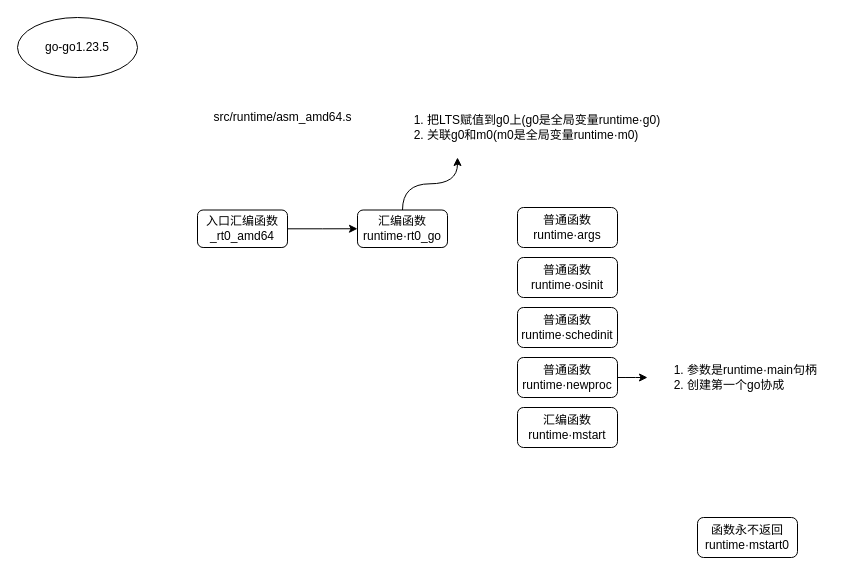
Above: book/src/MGP.drawio in fire1220/annotation-go1.23.5 (draw.io), before the change. Source tidied: cells renumbered, new cells numbered last; positions are measured from the earlier drawing's top-left corner, leaving out a move shared by most shapes. Both pictures are drawn from the tidied source at 100%, with x=0, y=0 at pixel (17, 17).
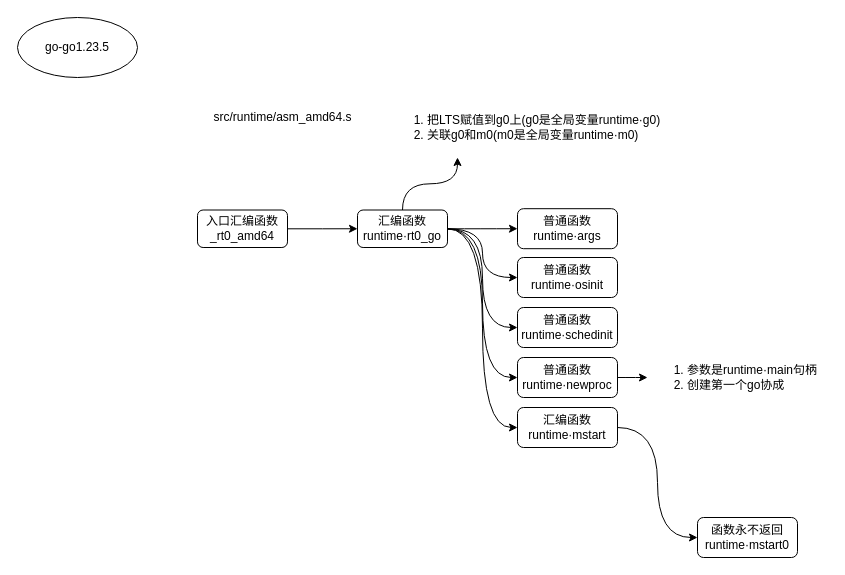
The same page after the edit.

The change refers to these unchanged cells:
```xml
<mxCell id="7" value="汇编函数&lt;br&gt;runtime·rt0_go" style="rounded=1;whiteSpace=wrap;html=1;" parent="1" vertex="1">
  <mxGeometry x="340" y="192.5" width="90" height="37.5" as="geometry" />
</mxCell>
<mxCell id="10" value="普通函数&lt;br&gt;runtime·osinit" style="rounded=1;whiteSpace=wrap;html=1;labelBackgroundColor=none;align=center;" parent="1" vertex="1">
  <mxGeometry x="500" y="240" width="100" height="40" as="geometry" />
</mxCell>
<mxCell id="11" value="普通函数&lt;br&gt;runtime·schedinit" style="rounded=1;whiteSpace=wrap;html=1;labelBackgroundColor=none;align=center;" parent="1" vertex="1">
  <mxGeometry x="500" y="290" width="100" height="40" as="geometry" />
</mxCell>
<mxCell id="13" value="普通函数&lt;br&gt;runtime·newproc" style="rounded=1;whiteSpace=wrap;html=1;labelBackgroundColor=none;align=center;" parent="1" vertex="1">
  <mxGeometry x="500" y="340" width="100" height="40" as="geometry" />
</mxCell>
<mxCell id="14" value="汇编函数&lt;br&gt;runtime·mstart" style="rounded=1;whiteSpace=wrap;html=1;labelBackgroundColor=none;align=center;" parent="1" vertex="1">
  <mxGeometry x="500" y="390" width="100" height="40" as="geometry" />
</mxCell>
<mxCell id="15" value="&lt;span&gt;函数永不返回&lt;/span&gt;&lt;br&gt;runtime·mstart0" style="rounded=1;whiteSpace=wrap;html=1;labelBackgroundColor=none;align=center;" parent="1" vertex="1">
  <mxGeometry x="680" y="500" width="100" height="40" as="geometry" />
</mxCell>
```

What changed in the source:
```diff
@@
+    <mxCell id="17" style="edgeStyle=orthogonalEdgeStyle;curved=1;rounded=0;jettySize=auto;html=1;entryX=0;entryY=0.5;entryDx=0;entryDy=0;fontSize=12;strokeWidth=1;" parent="1" edge="1" source="7" target="9">
+      <mxGeometry relative="1" as="geometry" />
+    </mxCell>
+    <mxCell id="18" style="edgeStyle=orthogonalEdgeStyle;curved=1;rounded=0;jettySize=auto;html=1;entryX=0;entryY=0.5;entryDx=0;entryDy=0;fontSize=12;strokeWidth=1;" parent="1" edge="1" source="7" target="10">
+      <mxGeometry relative="1" as="geometry" />
+    </mxCell>
+    <mxCell id="19" style="edgeStyle=orthogonalEdgeStyle;curved=1;rounded=0;jettySize=auto;html=1;entryX=0;entryY=0.5;entryDx=0;entryDy=0;fontSize=12;strokeWidth=1;" parent="1" edge="1" source="7" target="11">
+      <mxGeometry relative="1" as="geometry" />
+    </mxCell>
+    <mxCell id="20" style="edgeStyle=orthogonalEdgeStyle;curved=1;rounded=0;jettySize=auto;html=1;entryX=0;entryY=0.5;entryDx=0;entryDy=0;fontSize=12;strokeWidth=1;" parent="1" edge="1" source="7" target="13">
+      <mxGeometry relative="1" as="geometry" />
+    </mxCell>
+    <mxCell id="21" style="edgeStyle=orthogonalEdgeStyle;curved=1;rounded=0;jettySize=auto;html=1;entryX=0;entryY=0.5;entryDx=0;entryDy=0;fontSize=12;strokeWidth=1;" parent="1" edge="1" source="7" target="14">
+      <mxGeometry relative="1" as="geometry" />
+    </mxCell>
@@
     <mxCell id="9" value="普通函数&lt;br&gt;runtime·args" style="rounded=1;whiteSpace=wrap;html=1;labelBackgroundColor=none;align=center;" parent="1" vertex="1">
-      <mxGeometry x="500" y="190" width="100" height="40" as="geometry" />
+      <mxGeometry x="500" y="191.2" width="100" height="40" as="geometry" />
     </mxCell>
@@
+    <mxCell id="22" style="edgeStyle=orthogonalEdgeStyle;curved=1;rounded=0;jettySize=auto;html=1;entryX=0;entryY=0.5;entryDx=0;entryDy=0;fontSize=12;strokeWidth=1;" parent="1" edge="1" source="14" target="15">
+      <mxGeometry relative="1" as="geometry" />
+    </mxCell>
```
